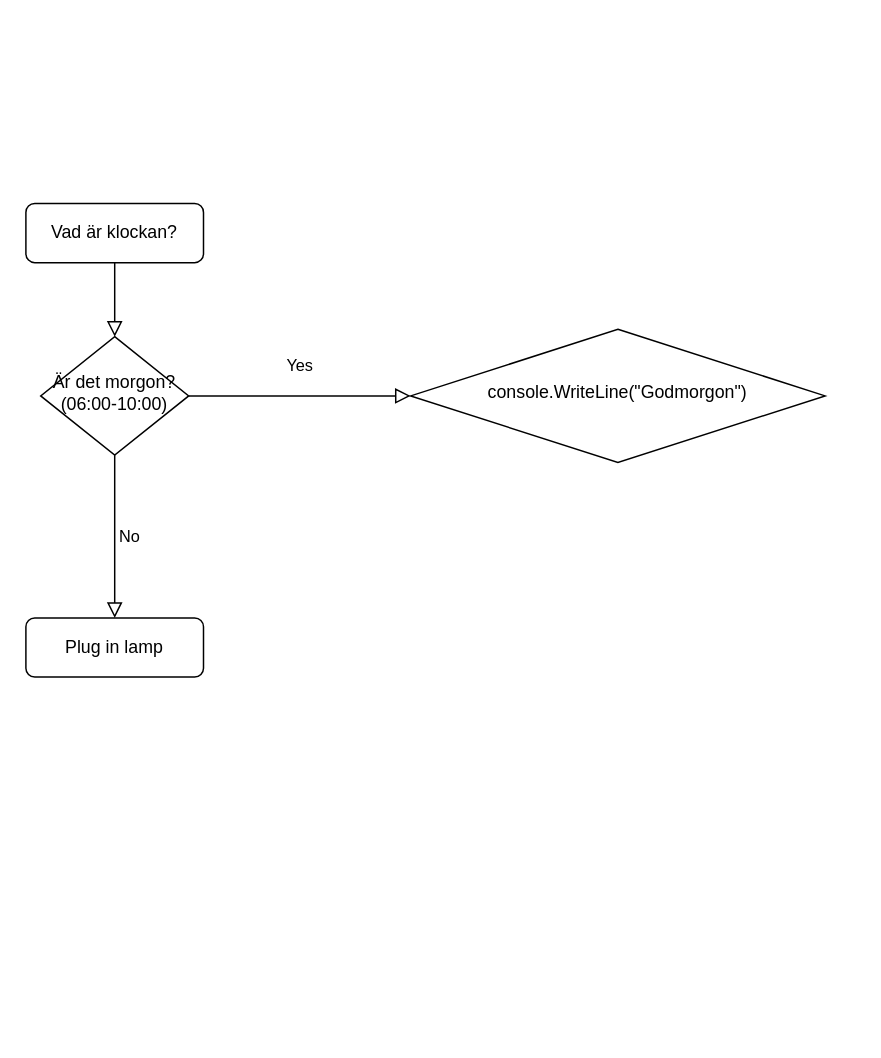
Above: Untitled Diagram.drawio in LivinLaDolceVita/LivinLaDolceVita (draw.io), before the change. Source tidied: cells renumbered, new cells numbered last; positions are measured from the earlier drawing's top-left corner, leaving out a move shared by most shapes. Both pictures are drawn from the tidied source at 148%, with x=0, y=0 at pixel (25, 203).
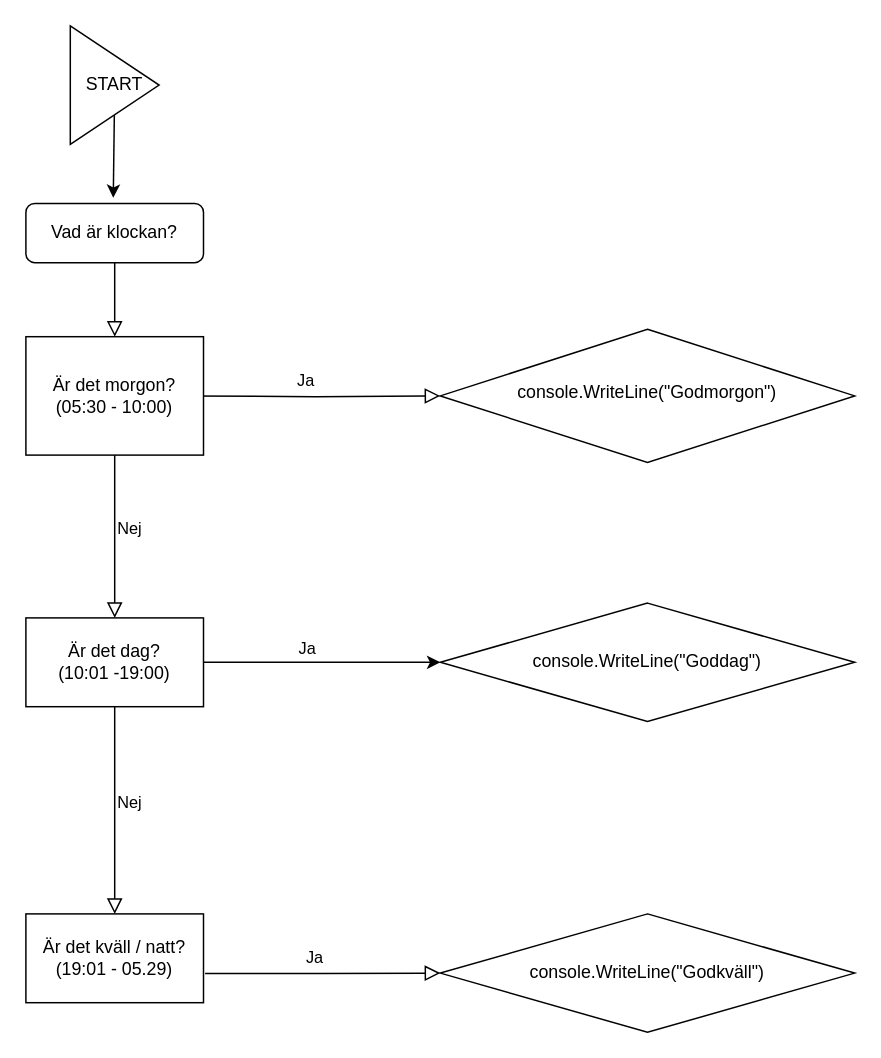
Above is the later version.

Unchanged cells that the change refers to:
```xml
<mxCell id="3" value="Vad är klockan?" style="rounded=1;whiteSpace=wrap;html=1;fontSize=12;glass=0;strokeWidth=1;shadow=0;" parent="1" vertex="1">
  <mxGeometry width="120" height="40" as="geometry" />
</mxCell>
```

Diff of the diagram source:
```diff
@@
-    <mxCell id="2" style="rounded=0;html=1;jettySize=auto;fontSize=11;endArrow=block;endFill=0;endSize=8;strokeWidth=1;shadow=0;labelBackgroundColor=none;edgeStyle=orthogonalEdgeStyle;" parent="1" edge="1" source="3" target="6">
-      <mxGeometry relative="1" as="geometry" />
+    <mxCell id="2" style="rounded=0;html=1;jettySize=auto;fontSize=11;endArrow=block;endFill=0;endSize=8;strokeWidth=1;shadow=0;labelBackgroundColor=none;edgeStyle=orthogonalEdgeStyle;" parent="1" edge="1" source="3">
+      <mxGeometry relative="1" as="geometry">
+        <mxPoint x="60" y="90" as="targetPoint" />
+      </mxGeometry>
     </mxCell>
@@
-    <mxCell id="4" value="Yes" style="rounded=0;html=1;jettySize=auto;fontSize=11;endArrow=block;endFill=0;endSize=8;strokeWidth=1;shadow=0;labelBackgroundColor=none;edgeStyle=orthogonalEdgeStyle;" parent="1" edge="1" source="6" target="8">
-      <mxGeometry y="20" relative="1" as="geometry" />
+    <mxCell id="4" value="&lt;div&gt;Ja&lt;/div&gt;" style="rounded=0;html=1;jettySize=auto;fontSize=11;endArrow=block;endFill=0;endSize=8;strokeWidth=1;shadow=0;labelBackgroundColor=none;edgeStyle=orthogonalEdgeStyle;" parent="1" edge="1" target="8">
+      <mxGeometry x="-0.07" y="10" relative="1" as="geometry">
+        <mxPoint x="110" y="130" as="sourcePoint" />
+      </mxGeometry>
     </mxCell>
+    <mxCell id="9" value="&lt;div&gt;Ja&lt;/div&gt;" style="edgeLabel;html=1;align=center;verticalAlign=middle;" parent="4" vertex="1">
+      <mxGeometry x="0.2" y="-1" relative="1" as="geometry">
+        <mxPoint x="-22" y="169" as="offset" />
+      </mxGeometry>
+    </mxCell>
-    <mxCell id="5" value="No" style="edgeStyle=orthogonalEdgeStyle;rounded=0;html=1;jettySize=auto;fontSize=11;endArrow=block;endFill=0;endSize=8;strokeWidth=1;shadow=0;labelBackgroundColor=none;" parent="1" edge="1" source="6" target="7">
-      <mxGeometry y="10" relative="1" as="geometry" />
+    <mxCell id="5" value="Nej" style="edgeStyle=orthogonalEdgeStyle;rounded=0;html=1;jettySize=auto;orthogonalLoop=1;fontSize=11;endArrow=block;endFill=0;endSize=8;strokeWidth=1;shadow=0;labelBackgroundColor=none;" parent="1" edge="1">
+      <mxGeometry x="-0.09" y="10" relative="1" as="geometry">
+        <mxPoint x="60" y="170" as="sourcePoint" />
+        <mxPoint x="60" y="280" as="targetPoint" />
+      </mxGeometry>
     </mxCell>
-    <mxCell id="6" value="Är det morgon?&lt;br&gt;(06:00-10:00)" style="rhombus;whiteSpace=wrap;html=1;shadow=0;fontFamily=Helvetica;fontSize=12;align=center;strokeWidth=1;spacing=6;spacingTop=-4;" parent="1" vertex="1">
-      <mxGeometry x="10" y="90" width="100" height="80" as="geometry" />
-    </mxCell>
-    <mxCell id="7" value="Plug in lamp" style="rounded=1;whiteSpace=wrap;html=1;fontSize=12;glass=0;strokeWidth=1;shadow=0;" parent="1" vertex="1">
-      <mxGeometry y="280" width="120" height="40" as="geometry" />
-    </mxCell>
     <mxCell id="8" value="console.WriteLine(&quot;Godmorgon&quot;)" style="rhombus;whiteSpace=wrap;html=1;shadow=0;fontFamily=Helvetica;fontSize=12;align=center;strokeWidth=1;spacing=6;spacingTop=-4;" parent="1" vertex="1">
-      <mxGeometry x="260" y="85" width="280" height="90" as="geometry" />
+      <mxGeometry x="280" y="85" width="280" height="90" as="geometry" />
     </mxCell>
+    <mxCell id="10" value="Är det morgon?&lt;br&gt;(05:30 - 10:00)" style="rounded=0;whiteSpace=wrap;html=1;" parent="1" vertex="1">
+      <mxGeometry y="90" width="120" height="80" as="geometry" />
+    </mxCell>
+    <mxCell id="11" value="Är det dag?&lt;br&gt;(10:01 -19:00)" style="rounded=0;whiteSpace=wrap;html=1;" parent="1" vertex="1">
+      <mxGeometry y="280" width="120" height="60" as="geometry" />
+    </mxCell>
+    <mxCell id="12" style="endArrow=classic;html=1;rounded=0;exitX=1;exitY=0.5;exitDx=0;exitDy=0;" parent="1" edge="1" source="11">
+      <mxGeometry relative="1" as="geometry">
+        <mxPoint x="280" y="310" as="targetPoint" />
+      </mxGeometry>
+    </mxCell>
+    <mxCell id="13" value="console.WriteLine(&quot;Goddag&quot;)" style="rhombus;whiteSpace=wrap;html=1;" parent="1" vertex="1">
+      <mxGeometry x="280" y="270" width="280" height="80" as="geometry" />
+    </mxCell>
+    <mxCell id="14" value="Nej" style="rounded=0;html=1;jettySize=auto;fontSize=11;endArrow=block;endFill=0;endSize=8;strokeWidth=1;shadow=0;labelBackgroundColor=none;edgeStyle=orthogonalEdgeStyle;exitX=0.5;exitY=1;exitDx=0;exitDy=0;" parent="1" edge="1" source="11">
+      <mxGeometry x="-0.07" y="10" relative="1" as="geometry">
+        <mxPoint x="60" y="480" as="targetPoint" />
+      </mxGeometry>
+    </mxCell>
+    <mxCell id="15" value="&lt;div&gt;Är det kväll / natt?&lt;/div&gt;&lt;div&gt;(19:01 - 05.29)&lt;br&gt;&lt;/div&gt;" style="rounded=0;whiteSpace=wrap;html=1;" parent="1" vertex="1">
+      <mxGeometry y="480" width="120" height="60" as="geometry" />
+    </mxCell>
+    <mxCell id="16" value="&lt;div&gt;Ja&lt;/div&gt;" style="rounded=0;html=1;jettySize=auto;fontSize=11;endArrow=block;endFill=0;endSize=8;strokeWidth=1;shadow=0;labelBackgroundColor=none;edgeStyle=orthogonalEdgeStyle;exitX=1.009;exitY=0.672;exitDx=0;exitDy=0;exitPerimeter=0;entryX=0;entryY=0.5;entryDx=0;entryDy=0;" parent="1" edge="1" source="15" target="17">
+      <mxGeometry x="-0.07" y="10" relative="1" as="geometry" />
+    </mxCell>
+    <mxCell id="17" value="console.WriteLine(&quot;Godkväll&quot;)" style="rhombus;whiteSpace=wrap;html=1;" parent="1" vertex="1">
+      <mxGeometry x="280" y="480" width="280" height="80" as="geometry" />
+    </mxCell>
+    <mxCell id="18" value="&lt;div&gt;START&lt;/div&gt;" style="triangle;whiteSpace=wrap;html=1;rotation=0;" parent="1" vertex="1">
+      <mxGeometry x="30" y="-120" width="60" height="80" as="geometry" />
+    </mxCell>
+    <mxCell id="19" style="endArrow=classic;html=1;rounded=0;entryX=0.492;entryY=-0.097;entryDx=0;entryDy=0;entryPerimeter=0;" parent="1" edge="1" source="18" target="3">
+      <mxGeometry relative="1" as="geometry" />
+    </mxCell>
```
